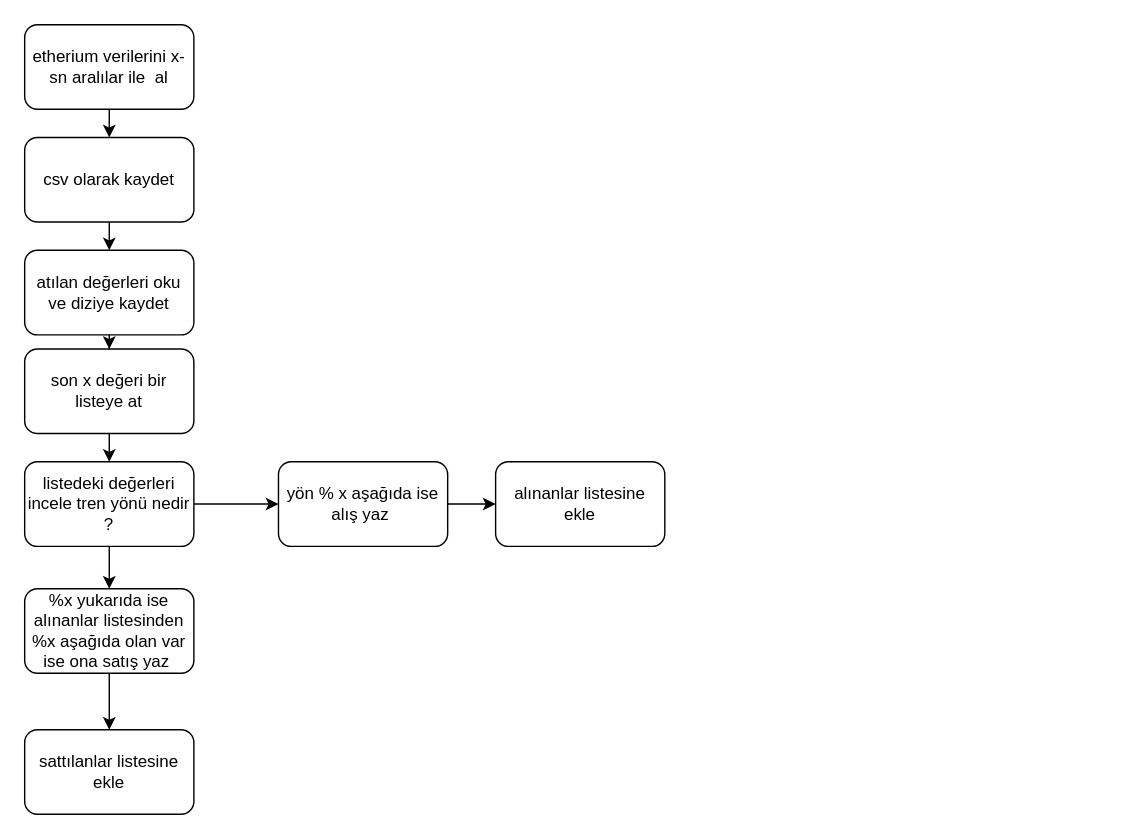
Before: traderProgram_FlowChart.drawio in haluksuzen/Trader_AI, a draw.io diagram. Source tidied: cells renumbered, new cells numbered last; positions are measured from the earlier drawing's top-left corner, leaving out a move shared by most shapes. Both pictures are drawn from the tidied source at 141%, with x=0, y=0 at pixel (24, 24).
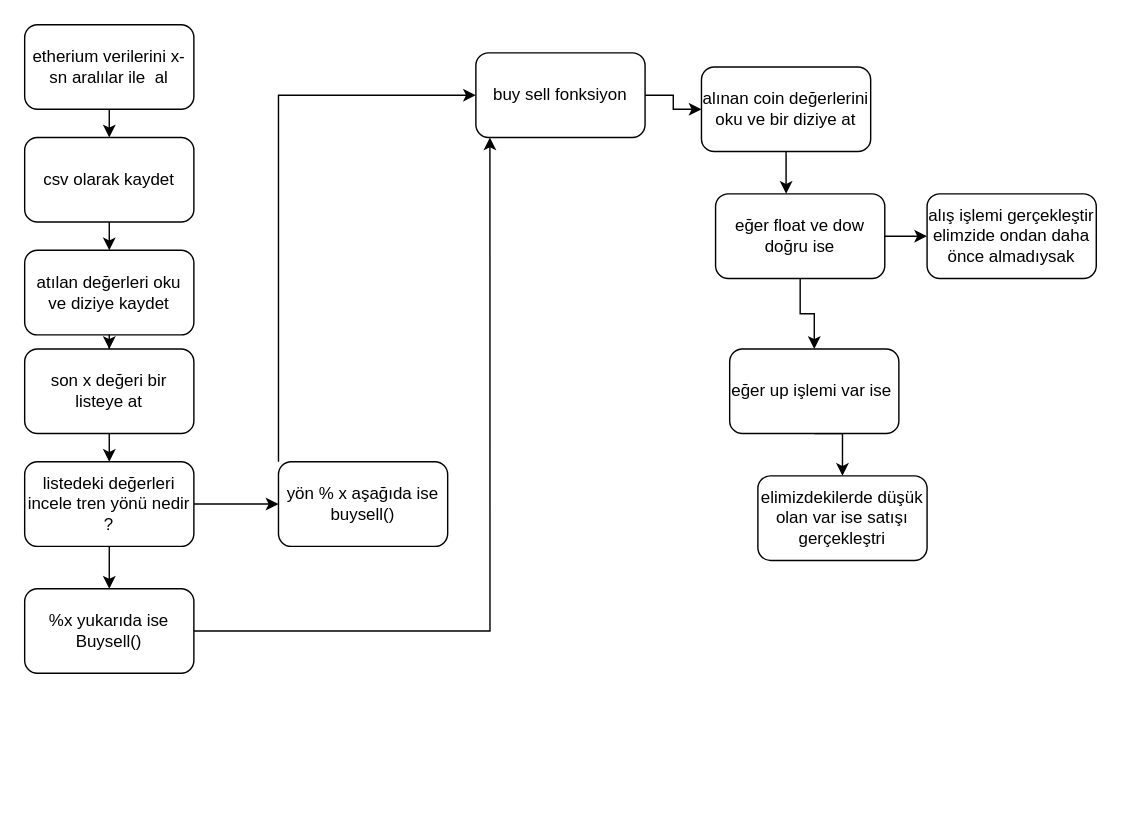
The same page after the edit.

The edit, as a diff of the source:
```diff
@@
-    <mxCell id="13" style="edgeStyle=orthogonalEdgeStyle;rounded=0;jettySize=auto;html=1;exitX=1;exitY=0.5;exitDx=0;exitDy=0;entryX=0;entryY=0.5;entryDx=0;entryDy=0;" parent="1" edge="1" source="14" target="17">
-      <mxGeometry relative="1" as="geometry" />
-    </mxCell>
+    <mxCell id="19" style="edgeStyle=orthogonalEdgeStyle;rounded=0;jettySize=auto;html=1;exitX=0;exitY=0;exitDx=0;exitDy=0;entryX=0;entryY=0.5;entryDx=0;entryDy=0;" parent="1" edge="1" source="14" target="21">
+      <mxGeometry relative="1" as="geometry" />
+    </mxCell>
-    <mxCell id="14" value="yön % x aşağıda ise alış yaz&amp;nbsp;" style="rounded=1;whiteSpace=wrap;html=1;" parent="1" vertex="1">
+    <mxCell id="14" value="yön % x aşağıda ise buysell()" style="rounded=1;whiteSpace=wrap;html=1;" parent="1" vertex="1">
       <mxGeometry x="180" y="310" width="120" height="60" as="geometry" />
     </mxCell>
-    <mxCell id="15" style="edgeStyle=orthogonalEdgeStyle;rounded=0;jettySize=auto;html=1;exitX=0.5;exitY=1;exitDx=0;exitDy=0;entryX=0.5;entryY=0;entryDx=0;entryDy=0;" parent="1" edge="1" source="16" target="18">
-      <mxGeometry relative="1" as="geometry" />
-    </mxCell>
-    <mxCell id="16" value="%x yukarıda ise alınanlar listesinden %x aşağıda olan var ise ona satış yaz&amp;nbsp;" style="rounded=1;whiteSpace=wrap;html=1;" parent="1" vertex="1">
+    <mxCell id="16" value="%x yukarıda ise Buysell()" style="rounded=1;whiteSpace=wrap;html=1;" parent="1" vertex="1">
       <mxGeometry y="400" width="120" height="60" as="geometry" />
     </mxCell>
-    <mxCell id="17" value="alınanlar listesine ekle" style="rounded=1;whiteSpace=wrap;html=1;" parent="1" vertex="1">
-      <mxGeometry x="334" y="310" width="120" height="60" as="geometry" />
-    </mxCell>
-    <mxCell id="18" value="sattılanlar listesine ekle" style="rounded=1;whiteSpace=wrap;html=1;" parent="1" vertex="1">
-      <mxGeometry y="500" width="120" height="60" as="geometry" />
-    </mxCell>
+    <mxCell id="20" style="edgeStyle=orthogonalEdgeStyle;rounded=0;jettySize=auto;html=1;exitX=1;exitY=0.5;exitDx=0;exitDy=0;" parent="1" edge="1" source="21" target="22">
+      <mxGeometry relative="1" as="geometry" />
+    </mxCell>
+    <mxCell id="21" value="buy sell fonksiyon" style="rounded=1;whiteSpace=wrap;html=1;" parent="1" vertex="1">
+      <mxGeometry x="320" y="20" width="120" height="60" as="geometry" />
+    </mxCell>
+    <mxCell id="22" value="alınan coin değerlerini oku ve bir diziye at&lt;br&gt;" style="rounded=1;whiteSpace=wrap;html=1;" parent="1" vertex="1">
+      <mxGeometry x="480" y="30" width="120" height="60" as="geometry" />
+    </mxCell>
+    <mxCell id="23" style="edgeStyle=orthogonalEdgeStyle;rounded=0;jettySize=auto;html=1;exitX=1;exitY=0.5;exitDx=0;exitDy=0;entryX=0;entryY=0.5;entryDx=0;entryDy=0;" parent="1" edge="1" source="25" target="26">
+      <mxGeometry relative="1" as="geometry" />
+    </mxCell>
+    <mxCell id="24" style="edgeStyle=orthogonalEdgeStyle;rounded=0;jettySize=auto;html=1;exitX=0.5;exitY=1;exitDx=0;exitDy=0;" parent="1" edge="1" source="25" target="29">
+      <mxGeometry relative="1" as="geometry" />
+    </mxCell>
+    <mxCell id="25" value="eğer float ve dow doğru ise&lt;br&gt;" style="rounded=1;whiteSpace=wrap;html=1;" parent="1" vertex="1">
+      <mxGeometry x="490" y="120" width="120" height="60" as="geometry" />
+    </mxCell>
+    <mxCell id="26" value="alış işlemi gerçekleştir&lt;br&gt;elimzide ondan daha önce almadıysak&lt;br&gt;" style="rounded=1;whiteSpace=wrap;html=1;" parent="1" vertex="1">
+      <mxGeometry x="640" y="120" width="120" height="60" as="geometry" />
+    </mxCell>
+    <mxCell id="27" style="edgeStyle=orthogonalEdgeStyle;rounded=0;jettySize=auto;html=1;exitX=0.5;exitY=1;exitDx=0;exitDy=0;entryX=0.417;entryY=0;entryDx=0;entryDy=0;entryPerimeter=0;" parent="1" edge="1" source="22" target="25">
+      <mxGeometry relative="1" as="geometry" />
+    </mxCell>
+    <mxCell id="28" style="edgeStyle=orthogonalEdgeStyle;rounded=0;jettySize=auto;html=1;exitX=0.5;exitY=1;exitDx=0;exitDy=0;entryX=0.5;entryY=0;entryDx=0;entryDy=0;" parent="1" edge="1" source="29" target="30">
+      <mxGeometry relative="1" as="geometry" />
+    </mxCell>
+    <mxCell id="29" value="eğer up işlemi var ise&amp;nbsp;&lt;br&gt;" style="rounded=1;whiteSpace=wrap;html=1;" parent="1" vertex="1">
+      <mxGeometry x="500" y="230" width="120" height="60" as="geometry" />
+    </mxCell>
+    <mxCell id="30" value="elimizdekilerde düşük olan var ise satışı gerçekleştri" style="rounded=1;whiteSpace=wrap;html=1;" parent="1" vertex="1">
+      <mxGeometry x="520" y="320" width="120" height="60" as="geometry" />
+    </mxCell>
+    <mxCell id="31" style="edgeStyle=orthogonalEdgeStyle;rounded=0;jettySize=auto;html=1;exitX=1;exitY=0.5;exitDx=0;exitDy=0;entryX=0.083;entryY=1;entryDx=0;entryDy=0;entryPerimeter=0;" parent="1" edge="1" source="16" target="21">
+      <mxGeometry relative="1" as="geometry" />
+    </mxCell>
```
